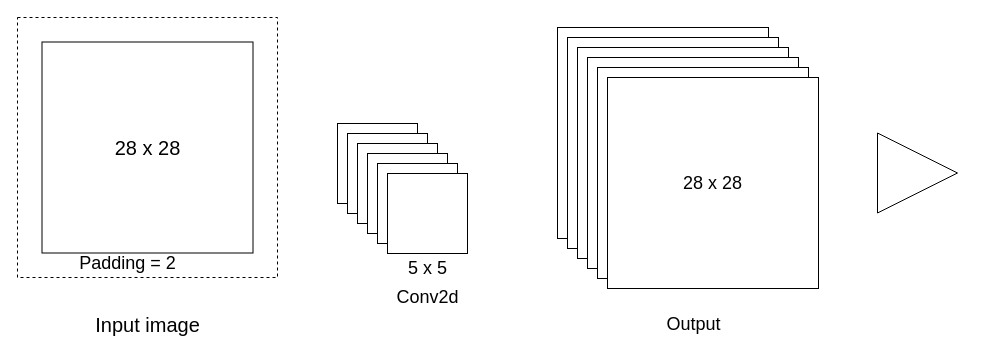
Earlier version of the draw.io diagram codes/opencv_practice/cnn.drawio (sphynxlee/NSCCAI). Source tidied: cells renumbered, new cells numbered last; positions are measured from the earlier drawing's top-left corner, leaving out a move shared by most shapes. Both pictures are drawn from the tidied source at 100%, with x=0, y=0 at pixel (17, 17).
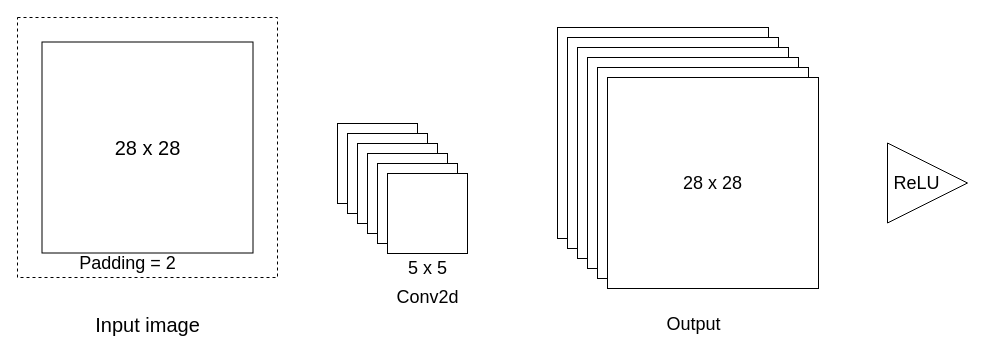
The same page after the edit.

Change to the diagram source:
```diff
@@
     <mxCell id="21" style="triangle;whiteSpace=wrap;html=1;" parent="1" vertex="1">
-      <mxGeometry x="860" y="115.5" width="80" height="80" as="geometry" />
+      <mxGeometry x="870" y="125.5" width="80" height="80" as="geometry" />
     </mxCell>
+    <mxCell id="22" value="&lt;font style=&quot;font-size: 18px;&quot;&gt;ReLU&lt;/font&gt;" style="text;html=1;align=center;verticalAlign=middle;strokeColor=none;fillColor=none;" parent="1" vertex="1">
+      <mxGeometry x="864" y="146" width="70" height="40" as="geometry" />
+    </mxCell>
```
